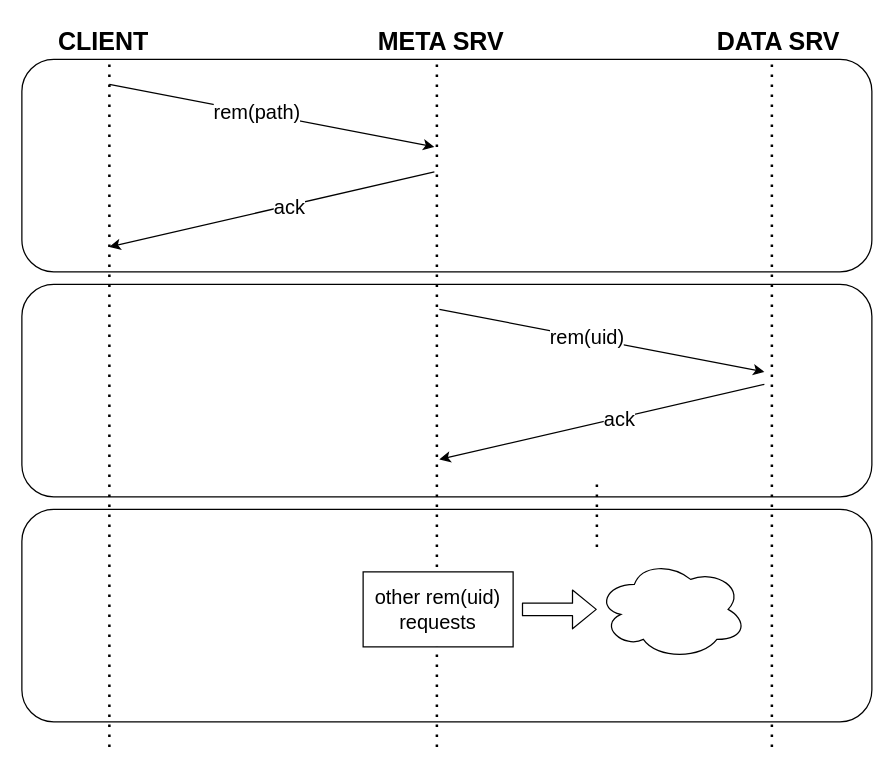
Before: diagrams/requests/rem request.drawio in ale99WGiais/tesina_iot, a draw.io diagram. Source tidied: cells renumbered, new cells numbered last; positions are measured from the earlier drawing's top-left corner, leaving out a move shared by most shapes. Both pictures are drawn from the tidied source at 125%, with x=0, y=0 at pixel (21, 21).
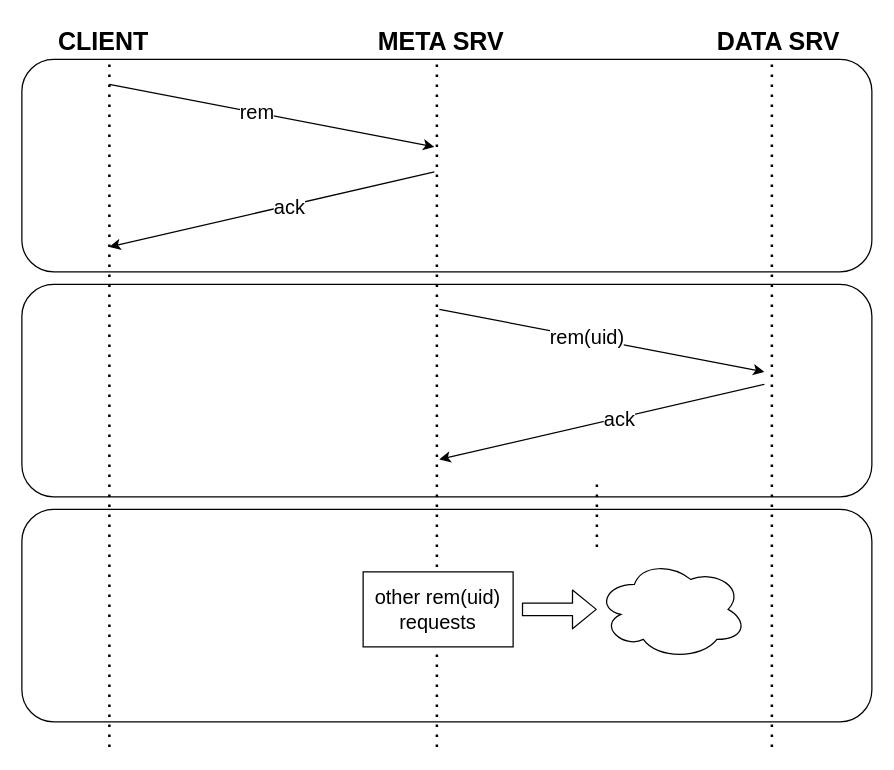
The same diagram, later.

Unchanged cells that the change refers to:
```xml
<mxCell id="9" style="endArrow=classic;html=1;fontSize=20;" parent="1" edge="1">
  <mxGeometry relative="1" as="geometry">
    <mxPoint x="70" y="50" as="sourcePoint" />
    <mxPoint x="330" y="100" as="targetPoint" />
  </mxGeometry>
</mxCell>
```

The edit, as a diff of the source:
```diff
@@
-    <mxCell id="10" value="rem(path)" style="edgeLabel;html=1;align=center;verticalAlign=middle;fontSize=16;" parent="9" vertex="1">
+    <mxCell id="10" value="rem" style="edgeLabel;html=1;align=center;verticalAlign=middle;fontSize=16;" parent="9" vertex="1">
       <mxGeometry x="-0.1" y="1" relative="1" as="geometry" />
     </mxCell>
```
